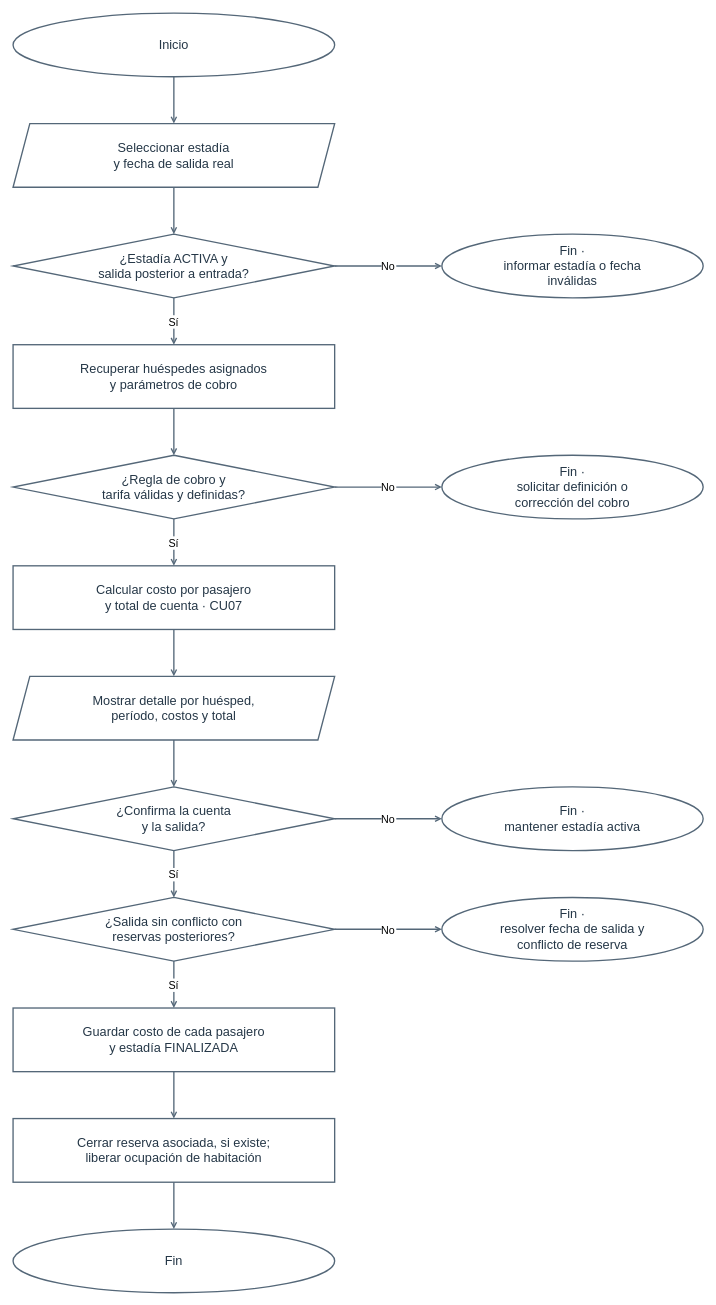
Earlier version of the draw.io diagram diagramas-editables/flujo-check-out.drawio (Yutre3/hotel-duerme-bien). Source tidied: cells renumbered, new cells numbered last; positions are measured from the earlier drawing's top-left corner, leaving out a move shared by most shapes. Both pictures are drawn from the tidied source at 67%, with x=0, y=0 at pixel (13, 13).
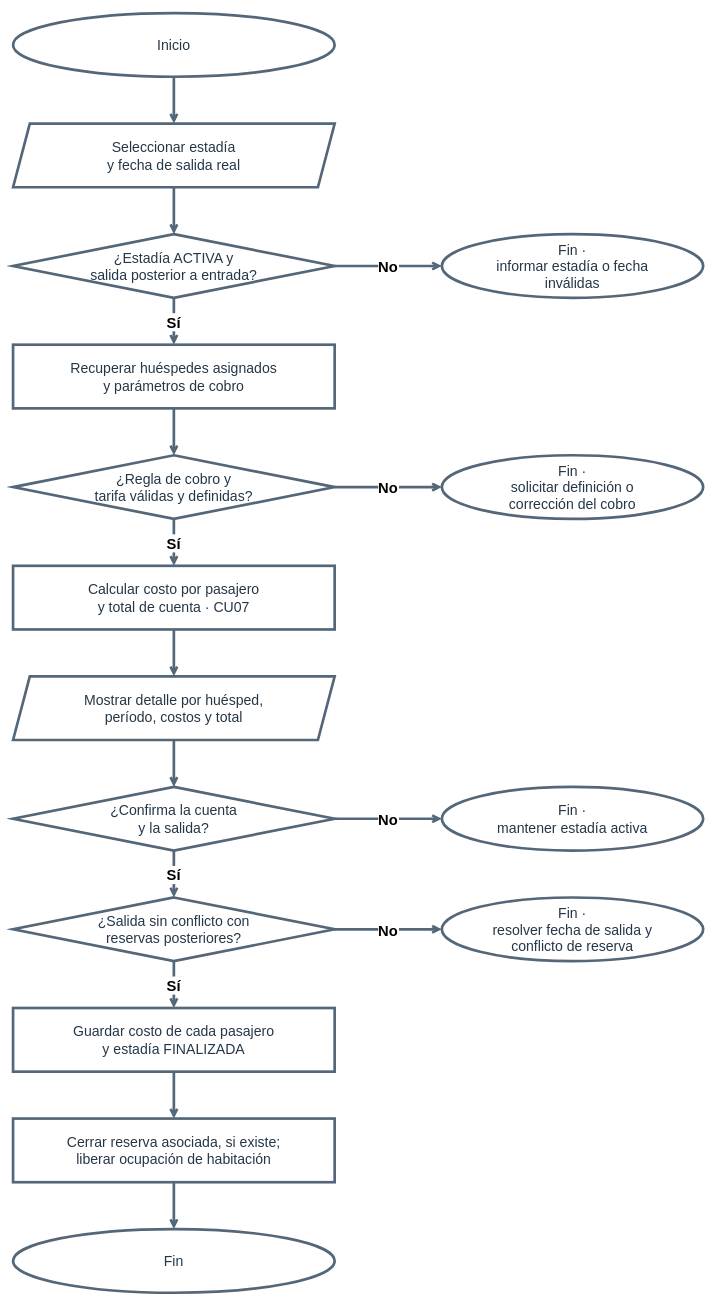
The same diagram, later.

Diff of the diagram source:
```diff
@@
-    <mxCell id="2" value="Inicio" style="ellipse;html=0;whiteSpace=wrap;strokeColor=#546778;strokeWidth=2;fillColor=#ffffff;fontColor=#253747;fontSize=19;" parent="1" vertex="1">
+    <mxCell id="2" value="Inicio" style="ellipse;html=0;whiteSpace=wrap;strokeColor=#546778;strokeWidth=4;fillColor=#ffffff;fontColor=#253747;fontSize=21;" parent="1" vertex="1">
       <mxGeometry width="480" height="95" as="geometry" />
     </mxCell>
-    <mxCell id="3" value="Seleccionar estadía&#10;y fecha de salida real" style="shape=parallelogram;fixedSize=1;size=25;html=0;whiteSpace=wrap;strokeColor=#546778;strokeWidth=2;fillColor=#ffffff;fontColor=#253747;fontSize=19;" parent="1" vertex="1">
+    <mxCell id="3" value="Seleccionar estadía&#10;y fecha de salida real" style="shape=parallelogram;fixedSize=1;size=25;html=0;whiteSpace=wrap;strokeColor=#546778;strokeWidth=4;fillColor=#ffffff;fontColor=#253747;fontSize=21;" parent="1" vertex="1">
       <mxGeometry y="165" width="480" height="95" as="geometry" />
     </mxCell>
-    <mxCell id="4" value="¿Estadía ACTIVA y&#10;salida posterior a entrada?" style="rhombus;html=0;whiteSpace=wrap;strokeColor=#546778;strokeWidth=2;fillColor=#ffffff;fontColor=#253747;fontSize=19;" parent="1" vertex="1">
+    <mxCell id="4" value="¿Estadía ACTIVA y&#10;salida posterior a entrada?" style="rhombus;html=0;whiteSpace=wrap;strokeColor=#546778;strokeWidth=4;fillColor=#ffffff;fontColor=#253747;fontSize=21;" parent="1" vertex="1">
       <mxGeometry y="330" width="480" height="95" as="geometry" />
     </mxCell>
-    <mxCell id="5" value="Recuperar huéspedes asignados&#10;y parámetros de cobro" style="rounded=0;html=0;whiteSpace=wrap;strokeColor=#546778;strokeWidth=2;fillColor=#ffffff;fontColor=#253747;fontSize=19;" parent="1" vertex="1">
+    <mxCell id="5" value="Recuperar huéspedes asignados&#10;y parámetros de cobro" style="rounded=0;html=0;whiteSpace=wrap;strokeColor=#546778;strokeWidth=4;fillColor=#ffffff;fontColor=#253747;fontSize=21;" parent="1" vertex="1">
       <mxGeometry y="495" width="480" height="95" as="geometry" />
     </mxCell>
-    <mxCell id="6" value="¿Regla de cobro y&#10;tarifa válidas y definidas?" style="rhombus;html=0;whiteSpace=wrap;strokeColor=#546778;strokeWidth=2;fillColor=#ffffff;fontColor=#253747;fontSize=19;" parent="1" vertex="1">
+    <mxCell id="6" value="¿Regla de cobro y&#10;tarifa válidas y definidas?" style="rhombus;html=0;whiteSpace=wrap;strokeColor=#546778;strokeWidth=4;fillColor=#ffffff;fontColor=#253747;fontSize=21;" parent="1" vertex="1">
       <mxGeometry y="660" width="480" height="95" as="geometry" />
     </mxCell>
-    <mxCell id="7" value="Calcular costo por pasajero&#10;y total de cuenta · CU07" style="rounded=0;html=0;whiteSpace=wrap;strokeColor=#546778;strokeWidth=2;fillColor=#ffffff;fontColor=#253747;fontSize=19;" parent="1" vertex="1">
+    <mxCell id="7" value="Calcular costo por pasajero&#10;y total de cuenta · CU07" style="rounded=0;html=0;whiteSpace=wrap;strokeColor=#546778;strokeWidth=4;fillColor=#ffffff;fontColor=#253747;fontSize=21;" parent="1" vertex="1">
       <mxGeometry y="825" width="480" height="95" as="geometry" />
     </mxCell>
-    <mxCell id="8" value="Mostrar detalle por huésped,&#10;período, costos y total" style="shape=parallelogram;fixedSize=1;size=25;html=0;whiteSpace=wrap;strokeColor=#546778;strokeWidth=2;fillColor=#ffffff;fontColor=#253747;fontSize=19;" parent="1" vertex="1">
+    <mxCell id="8" value="Mostrar detalle por huésped,&#10;período, costos y total" style="shape=parallelogram;fixedSize=1;size=25;html=0;whiteSpace=wrap;strokeColor=#546778;strokeWidth=4;fillColor=#ffffff;fontColor=#253747;fontSize=21;" parent="1" vertex="1">
       <mxGeometry y="990" width="480" height="95" as="geometry" />
     </mxCell>
-    <mxCell id="9" value="¿Confirma la cuenta&#10;y la salida?" style="rhombus;html=0;whiteSpace=wrap;strokeColor=#546778;strokeWidth=2;fillColor=#ffffff;fontColor=#253747;fontSize=19;" parent="1" vertex="1">
+    <mxCell id="9" value="¿Confirma la cuenta&#10;y la salida?" style="rhombus;html=0;whiteSpace=wrap;strokeColor=#546778;strokeWidth=4;fillColor=#ffffff;fontColor=#253747;fontSize=21;" parent="1" vertex="1">
       <mxGeometry y="1155" width="480" height="95" as="geometry" />
     </mxCell>
-    <mxCell id="10" value="¿Salida sin conflicto con&#10;reservas posteriores?" style="rhombus;html=0;whiteSpace=wrap;strokeColor=#546778;strokeWidth=2;fillColor=#ffffff;fontColor=#253747;fontSize=19;" parent="1" vertex="1">
+    <mxCell id="10" value="¿Salida sin conflicto con&#10;reservas posteriores?" style="rhombus;html=0;whiteSpace=wrap;strokeColor=#546778;strokeWidth=4;fillColor=#ffffff;fontColor=#253747;fontSize=21;" parent="1" vertex="1">
       <mxGeometry y="1320" width="480" height="95" as="geometry" />
     </mxCell>
-    <mxCell id="11" value="Guardar costo de cada pasajero&#10;y estadía FINALIZADA" style="rounded=0;html=0;whiteSpace=wrap;strokeColor=#546778;strokeWidth=2;fillColor=#ffffff;fontColor=#253747;fontSize=19;" parent="1" vertex="1">
+    <mxCell id="11" value="Guardar costo de cada pasajero&#10;y estadía FINALIZADA" style="rounded=0;html=0;whiteSpace=wrap;strokeColor=#546778;strokeWidth=4;fillColor=#ffffff;fontColor=#253747;fontSize=21;" parent="1" vertex="1">
       <mxGeometry y="1485" width="480" height="95" as="geometry" />
     </mxCell>
-    <mxCell id="12" value="Cerrar reserva asociada, si existe;&#10;liberar ocupación de habitación" style="rounded=0;html=0;whiteSpace=wrap;strokeColor=#546778;strokeWidth=2;fillColor=#ffffff;fontColor=#253747;fontSize=19;" parent="1" vertex="1">
+    <mxCell id="12" value="Cerrar reserva asociada, si existe;&#10;liberar ocupación de habitación" style="rounded=0;html=0;whiteSpace=wrap;strokeColor=#546778;strokeWidth=4;fillColor=#ffffff;fontColor=#253747;fontSize=21;" parent="1" vertex="1">
       <mxGeometry y="1650" width="480" height="95" as="geometry" />
     </mxCell>
-    <mxCell id="13" value="Fin" style="ellipse;html=0;whiteSpace=wrap;strokeColor=#546778;strokeWidth=2;fillColor=#ffffff;fontColor=#253747;fontSize=19;" parent="1" vertex="1">
+    <mxCell id="13" value="Fin" style="ellipse;html=0;whiteSpace=wrap;strokeColor=#546778;strokeWidth=4;fillColor=#ffffff;fontColor=#253747;fontSize=21;" parent="1" vertex="1">
       <mxGeometry y="1815" width="480" height="95" as="geometry" />
     </mxCell>
-    <mxCell id="14" value="Fin ·&#10;informar estadía o fecha&#10;inválidas" style="ellipse;html=0;whiteSpace=wrap;strokeColor=#546778;strokeWidth=2;fillColor=#ffffff;fontColor=#253747;fontSize=19;" parent="1" vertex="1">
+    <mxCell id="14" value="Fin ·&#10;informar estadía o fecha&#10;inválidas" style="ellipse;html=0;whiteSpace=wrap;strokeColor=#546778;strokeWidth=4;fillColor=#ffffff;fontColor=#253747;fontSize=21;" parent="1" vertex="1">
       <mxGeometry x="640" y="330" width="390" height="95" as="geometry" />
     </mxCell>
-    <mxCell id="15" value="Fin ·&#10;solicitar definición o&#10;corrección del cobro" style="ellipse;html=0;whiteSpace=wrap;strokeColor=#546778;strokeWidth=2;fillColor=#ffffff;fontColor=#253747;fontSize=19;" parent="1" vertex="1">
+    <mxCell id="15" value="Fin ·&#10;solicitar definición o&#10;corrección del cobro" style="ellipse;html=0;whiteSpace=wrap;strokeColor=#546778;strokeWidth=4;fillColor=#ffffff;fontColor=#253747;fontSize=21;" parent="1" vertex="1">
       <mxGeometry x="640" y="660" width="390" height="95" as="geometry" />
     </mxCell>
-    <mxCell id="16" value="Fin ·&#10;mantener estadía activa" style="ellipse;html=0;whiteSpace=wrap;strokeColor=#546778;strokeWidth=2;fillColor=#ffffff;fontColor=#253747;fontSize=19;" parent="1" vertex="1">
+    <mxCell id="16" value="Fin ·&#10;mantener estadía activa" style="ellipse;html=0;whiteSpace=wrap;strokeColor=#546778;strokeWidth=4;fillColor=#ffffff;fontColor=#253747;fontSize=21;" parent="1" vertex="1">
       <mxGeometry x="640" y="1155" width="390" height="95" as="geometry" />
     </mxCell>
-    <mxCell id="17" value="Fin ·&#10;resolver fecha de salida y&#10;conflicto de reserva" style="ellipse;html=0;whiteSpace=wrap;strokeColor=#546778;strokeWidth=2;fillColor=#ffffff;fontColor=#253747;fontSize=19;" parent="1" vertex="1">
+    <mxCell id="17" value="Fin ·&#10;resolver fecha de salida y&#10;conflicto de reserva" style="ellipse;html=0;whiteSpace=wrap;strokeColor=#546778;strokeWidth=4;fillColor=#ffffff;fontColor=#253747;fontSize=21;" parent="1" vertex="1">
       <mxGeometry x="640" y="1320" width="390" height="95" as="geometry" />
     </mxCell>
-    <mxCell id="18" style="html=0;edgeStyle=orthogonalEdgeStyle;jettySize=24;rounded=0;strokeWidth=2;strokeColor=#546778;fontSize=16;endArrow=open;endFill=0;startArrow=none;startFill=0;exitX=0.5;exitY=1;exitPerimeter=0;entryX=0.5;entryY=0;entryPerimeter=0;" parent="1" edge="1" source="2" target="3">
+    <mxCell id="18" style="html=0;edgeStyle=orthogonalEdgeStyle;jettySize=32;rounded=0;strokeWidth=4;strokeColor=#546778;fontSize=22;fontStyle=1;endArrow=open;endFill=0;startArrow=none;startFill=0;exitX=0.5;exitY=1;exitPerimeter=0;entryX=0.5;entryY=0;entryPerimeter=0;" parent="1" edge="1" source="2" target="3">
       <mxGeometry relative="1" as="geometry" />
     </mxCell>
-    <mxCell id="19" style="html=0;edgeStyle=orthogonalEdgeStyle;jettySize=24;rounded=0;strokeWidth=2;strokeColor=#546778;fontSize=16;endArrow=open;endFill=0;startArrow=none;startFill=0;exitX=0.5;exitY=1;exitPerimeter=0;entryX=0.5;entryY=0;entryPerimeter=0;" parent="1" edge="1" source="3" target="4">
+    <mxCell id="19" style="html=0;edgeStyle=orthogonalEdgeStyle;jettySize=32;rounded=0;strokeWidth=4;strokeColor=#546778;fontSize=22;fontStyle=1;endArrow=open;endFill=0;startArrow=none;startFill=0;exitX=0.5;exitY=1;exitPerimeter=0;entryX=0.5;entryY=0;entryPerimeter=0;" parent="1" edge="1" source="3" target="4">
       <mxGeometry relative="1" as="geometry" />
     </mxCell>
-    <mxCell id="20" value="Sí" style="html=0;edgeStyle=orthogonalEdgeStyle;jettySize=24;rounded=0;strokeWidth=2;strokeColor=#546778;fontSize=16;endArrow=open;endFill=0;startArrow=none;startFill=0;exitX=0.5;exitY=1;exitPerimeter=0;entryX=0.5;entryY=0;entryPerimeter=0;" parent="1" edge="1" source="4" target="5">
+    <mxCell id="20" value="Sí" style="html=0;edgeStyle=orthogonalEdgeStyle;jettySize=32;rounded=0;strokeWidth=4;strokeColor=#546778;fontSize=22;fontStyle=1;endArrow=open;endFill=0;startArrow=none;startFill=0;exitX=0.5;exitY=1;exitPerimeter=0;entryX=0.5;entryY=0;entryPerimeter=0;" parent="1" edge="1" source="4" target="5">
       <mxGeometry relative="1" as="geometry" />
     </mxCell>
-    <mxCell id="21" style="html=0;edgeStyle=orthogonalEdgeStyle;jettySize=24;rounded=0;strokeWidth=2;strokeColor=#546778;fontSize=16;endArrow=open;endFill=0;startArrow=none;startFill=0;exitX=0.5;exitY=1;exitPerimeter=0;entryX=0.5;entryY=0;entryPerimeter=0;" parent="1" edge="1" source="5" target="6">
+    <mxCell id="21" style="html=0;edgeStyle=orthogonalEdgeStyle;jettySize=32;rounded=0;strokeWidth=4;strokeColor=#546778;fontSize=22;fontStyle=1;endArrow=open;endFill=0;startArrow=none;startFill=0;exitX=0.5;exitY=1;exitPerimeter=0;entryX=0.5;entryY=0;entryPerimeter=0;" parent="1" edge="1" source="5" target="6">
       <mxGeometry relative="1" as="geometry" />
     </mxCell>
-    <mxCell id="22" value="Sí" style="html=0;edgeStyle=orthogonalEdgeStyle;jettySize=24;rounded=0;strokeWidth=2;strokeColor=#546778;fontSize=16;endArrow=open;endFill=0;startArrow=none;startFill=0;exitX=0.5;exitY=1;exitPerimeter=0;entryX=0.5;entryY=0;entryPerimeter=0;" parent="1" edge="1" source="6" target="7">
+    <mxCell id="22" value="Sí" style="html=0;edgeStyle=orthogonalEdgeStyle;jettySize=32;rounded=0;strokeWidth=4;strokeColor=#546778;fontSize=22;fontStyle=1;endArrow=open;endFill=0;startArrow=none;startFill=0;exitX=0.5;exitY=1;exitPerimeter=0;entryX=0.5;entryY=0;entryPerimeter=0;" parent="1" edge="1" source="6" target="7">
       <mxGeometry relative="1" as="geometry" />
     </mxCell>
-    <mxCell id="23" style="html=0;edgeStyle=orthogonalEdgeStyle;jettySize=24;rounded=0;strokeWidth=2;strokeColor=#546778;fontSize=16;endArrow=open;endFill=0;startArrow=none;startFill=0;exitX=0.5;exitY=1;exitPerimeter=0;entryX=0.5;entryY=0;entryPerimeter=0;" parent="1" edge="1" source="7" target="8">
+    <mxCell id="23" style="html=0;edgeStyle=orthogonalEdgeStyle;jettySize=32;rounded=0;strokeWidth=4;strokeColor=#546778;fontSize=22;fontStyle=1;endArrow=open;endFill=0;startArrow=none;startFill=0;exitX=0.5;exitY=1;exitPerimeter=0;entryX=0.5;entryY=0;entryPerimeter=0;" parent="1" edge="1" source="7" target="8">
       <mxGeometry relative="1" as="geometry" />
     </mxCell>
-    <mxCell id="24" style="html=0;edgeStyle=orthogonalEdgeStyle;jettySize=24;rounded=0;strokeWidth=2;strokeColor=#546778;fontSize=16;endArrow=open;endFill=0;startArrow=none;startFill=0;exitX=0.5;exitY=1;exitPerimeter=0;entryX=0.5;entryY=0;entryPerimeter=0;" parent="1" edge="1" source="8" target="9">
+    <mxCell id="24" style="html=0;edgeStyle=orthogonalEdgeStyle;jettySize=32;rounded=0;strokeWidth=4;strokeColor=#546778;fontSize=22;fontStyle=1;endArrow=open;endFill=0;startArrow=none;startFill=0;exitX=0.5;exitY=1;exitPerimeter=0;entryX=0.5;entryY=0;entryPerimeter=0;" parent="1" edge="1" source="8" target="9">
       <mxGeometry relative="1" as="geometry" />
     </mxCell>
-    <mxCell id="25" value="Sí" style="html=0;edgeStyle=orthogonalEdgeStyle;jettySize=24;rounded=0;strokeWidth=2;strokeColor=#546778;fontSize=16;endArrow=open;endFill=0;startArrow=none;startFill=0;exitX=0.5;exitY=1;exitPerimeter=0;entryX=0.5;entryY=0;entryPerimeter=0;" parent="1" edge="1" source="9" target="10">
+    <mxCell id="25" value="Sí" style="html=0;edgeStyle=orthogonalEdgeStyle;jettySize=32;rounded=0;strokeWidth=4;strokeColor=#546778;fontSize=22;fontStyle=1;endArrow=open;endFill=0;startArrow=none;startFill=0;exitX=0.5;exitY=1;exitPerimeter=0;entryX=0.5;entryY=0;entryPerimeter=0;" parent="1" edge="1" source="9" target="10">
       <mxGeometry relative="1" as="geometry" />
     </mxCell>
-    <mxCell id="26" value="Sí" style="html=0;edgeStyle=orthogonalEdgeStyle;jettySize=24;rounded=0;strokeWidth=2;strokeColor=#546778;fontSize=16;endArrow=open;endFill=0;startArrow=none;startFill=0;exitX=0.5;exitY=1;exitPerimeter=0;entryX=0.5;entryY=0;entryPerimeter=0;" parent="1" edge="1" source="10" target="11">
+    <mxCell id="26" value="Sí" style="html=0;edgeStyle=orthogonalEdgeStyle;jettySize=32;rounded=0;strokeWidth=4;strokeColor=#546778;fontSize=22;fontStyle=1;endArrow=open;endFill=0;startArrow=none;startFill=0;exitX=0.5;exitY=1;exitPerimeter=0;entryX=0.5;entryY=0;entryPerimeter=0;" parent="1" edge="1" source="10" target="11">
       <mxGeometry relative="1" as="geometry" />
     </mxCell>
-    <mxCell id="27" style="html=0;edgeStyle=orthogonalEdgeStyle;jettySize=24;rounded=0;strokeWidth=2;strokeColor=#546778;fontSize=16;endArrow=open;endFill=0;startArrow=none;startFill=0;exitX=0.5;exitY=1;exitPerimeter=0;entryX=0.5;entryY=0;entryPerimeter=0;" parent="1" edge="1" source="11" target="12">
+    <mxCell id="27" style="html=0;edgeStyle=orthogonalEdgeStyle;jettySize=32;rounded=0;strokeWidth=4;strokeColor=#546778;fontSize=22;fontStyle=1;endArrow=open;endFill=0;startArrow=none;startFill=0;exitX=0.5;exitY=1;exitPerimeter=0;entryX=0.5;entryY=0;entryPerimeter=0;" parent="1" edge="1" source="11" target="12">
       <mxGeometry relative="1" as="geometry" />
     </mxCell>
-    <mxCell id="28" style="html=0;edgeStyle=orthogonalEdgeStyle;jettySize=24;rounded=0;strokeWidth=2;strokeColor=#546778;fontSize=16;endArrow=open;endFill=0;startArrow=none;startFill=0;exitX=0.5;exitY=1;exitPerimeter=0;entryX=0.5;entryY=0;entryPerimeter=0;" parent="1" edge="1" source="12" target="13">
+    <mxCell id="28" style="html=0;edgeStyle=orthogonalEdgeStyle;jettySize=32;rounded=0;strokeWidth=4;strokeColor=#546778;fontSize=22;fontStyle=1;endArrow=open;endFill=0;startArrow=none;startFill=0;exitX=0.5;exitY=1;exitPerimeter=0;entryX=0.5;entryY=0;entryPerimeter=0;" parent="1" edge="1" source="12" target="13">
       <mxGeometry relative="1" as="geometry" />
     </mxCell>
-    <mxCell id="29" value="No" style="html=0;edgeStyle=orthogonalEdgeStyle;jettySize=24;rounded=0;strokeWidth=2;strokeColor=#546778;fontSize=16;endArrow=open;endFill=0;startArrow=none;startFill=0;exitX=1;exitY=0.5;exitPerimeter=0;entryX=0;entryY=0.5;entryPerimeter=0;" parent="1" edge="1" source="4" target="14">
+    <mxCell id="29" value="No" style="html=0;edgeStyle=orthogonalEdgeStyle;jettySize=32;rounded=0;strokeWidth=4;strokeColor=#546778;fontSize=22;fontStyle=1;endArrow=open;endFill=0;startArrow=none;startFill=0;exitX=1;exitY=0.5;exitPerimeter=0;entryX=0;entryY=0.5;entryPerimeter=0;" parent="1" edge="1" source="4" target="14">
       <mxGeometry relative="1" as="geometry" />
     </mxCell>
-    <mxCell id="30" value="No" style="html=0;edgeStyle=orthogonalEdgeStyle;jettySize=24;rounded=0;strokeWidth=2;strokeColor=#546778;fontSize=16;endArrow=open;endFill=0;startArrow=none;startFill=0;exitX=1;exitY=0.5;exitPerimeter=0;entryX=0;entryY=0.5;entryPerimeter=0;" parent="1" edge="1" source="6" target="15">
+    <mxCell id="30" value="No" style="html=0;edgeStyle=orthogonalEdgeStyle;jettySize=32;rounded=0;strokeWidth=4;strokeColor=#546778;fontSize=22;fontStyle=1;endArrow=open;endFill=0;startArrow=none;startFill=0;exitX=1;exitY=0.5;exitPerimeter=0;entryX=0;entryY=0.5;entryPerimeter=0;" parent="1" edge="1" source="6" target="15">
       <mxGeometry relative="1" as="geometry" />
     </mxCell>
-    <mxCell id="31" value="No" style="html=0;edgeStyle=orthogonalEdgeStyle;jettySize=24;rounded=0;strokeWidth=2;strokeColor=#546778;fontSize=16;endArrow=open;endFill=0;startArrow=none;startFill=0;exitX=1;exitY=0.5;exitPerimeter=0;entryX=0;entryY=0.5;entryPerimeter=0;" parent="1" edge="1" source="9" target="16">
+    <mxCell id="31" value="No" style="html=0;edgeStyle=orthogonalEdgeStyle;jettySize=32;rounded=0;strokeWidth=4;strokeColor=#546778;fontSize=22;fontStyle=1;endArrow=open;endFill=0;startArrow=none;startFill=0;exitX=1;exitY=0.5;exitPerimeter=0;entryX=0;entryY=0.5;entryPerimeter=0;" parent="1" edge="1" source="9" target="16">
       <mxGeometry relative="1" as="geometry" />
     </mxCell>
-    <mxCell id="32" value="No" style="html=0;edgeStyle=orthogonalEdgeStyle;jettySize=24;rounded=0;strokeWidth=2;strokeColor=#546778;fontSize=16;endArrow=open;endFill=0;startArrow=none;startFill=0;exitX=1;exitY=0.5;exitPerimeter=0;entryX=0;entryY=0.5;entryPerimeter=0;" parent="1" edge="1" source="10" target="17">
+    <mxCell id="32" value="No" style="html=0;edgeStyle=orthogonalEdgeStyle;jettySize=32;rounded=0;strokeWidth=4;strokeColor=#546778;fontSize=22;fontStyle=1;endArrow=open;endFill=0;startArrow=none;startFill=0;exitX=1;exitY=0.5;exitPerimeter=0;entryX=0;entryY=0.5;entryPerimeter=0;" parent="1" edge="1" source="10" target="17">
       <mxGeometry relative="1" as="geometry" />
     </mxCell>
```
